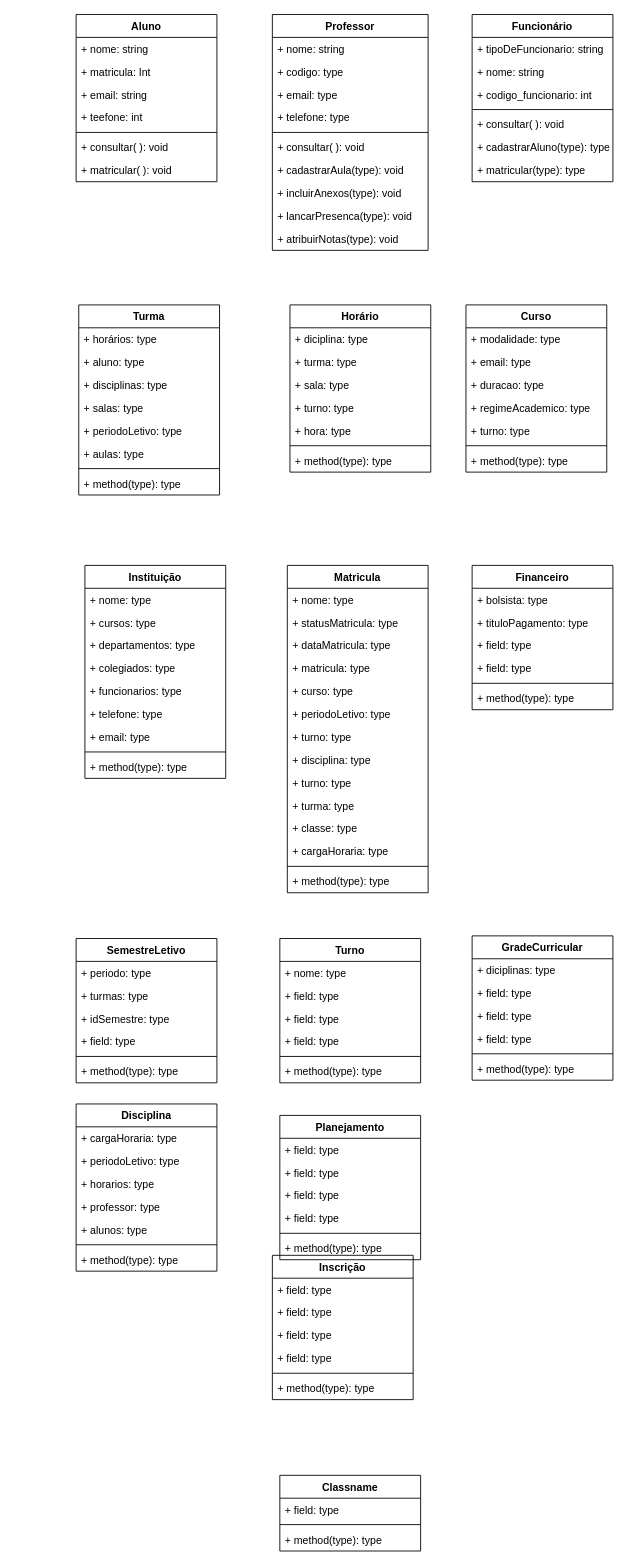
Earlier version of the draw.io diagram Untitled Diagram.drawio (rafaela200/diagrama). Source tidied: cells renumbered, new cells numbered last; positions are measured from the earlier drawing's top-left corner, leaving out a move shared by most shapes. Both pictures are drawn from the tidied source at 88%, with x=0, y=0 at pixel (76, 14).
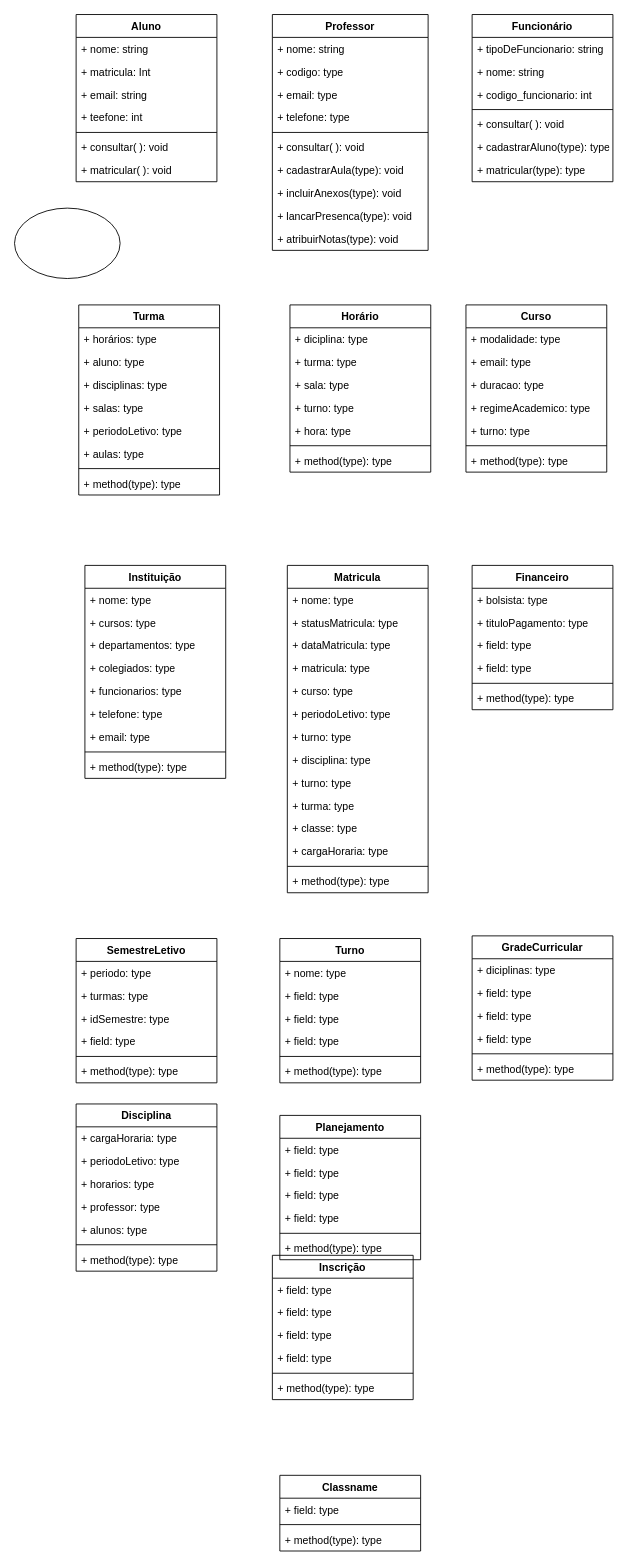
The same diagram, later.

Diff of the diagram source:
```diff
@@
+    <mxCell id="133" style="ellipse;whiteSpace=wrap;html=1;" parent="1" vertex="1">
+      <mxGeometry x="-70" y="220" width="120" height="80" as="geometry" />
+    </mxCell>
```
